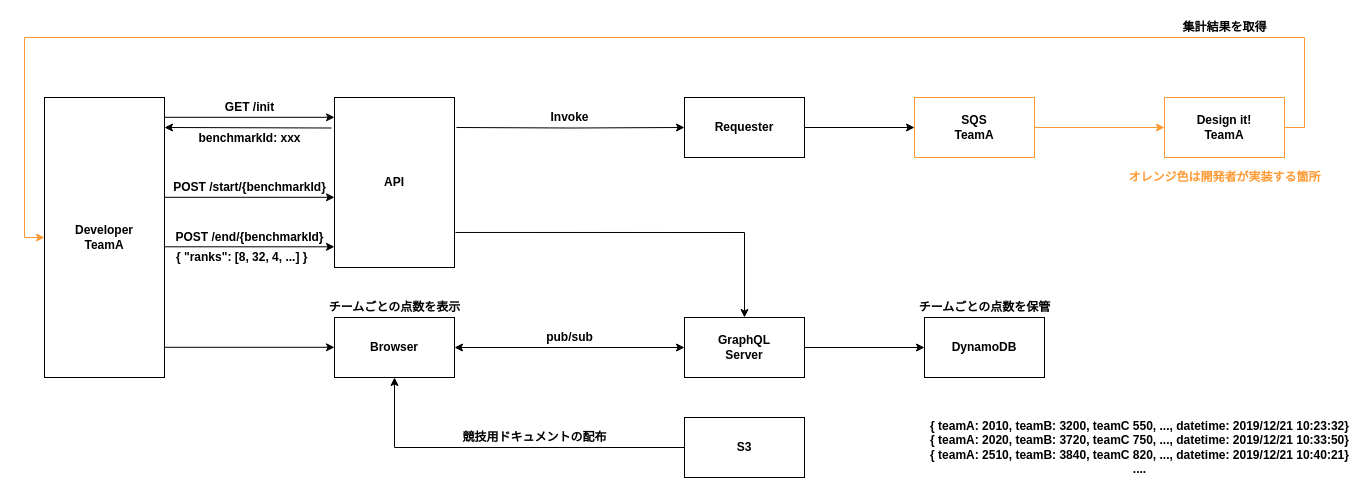
The draw.io diagram score-board.drawio in serverless-workshops/voting-workshop, before the edit. Source tidied: cells renumbered, new cells numbered last; positions are measured from the earlier drawing's top-left corner, leaving out a move shared by most shapes. Both pictures are drawn from the tidied source at 100%, with x=0, y=0 at pixel (24, 17).
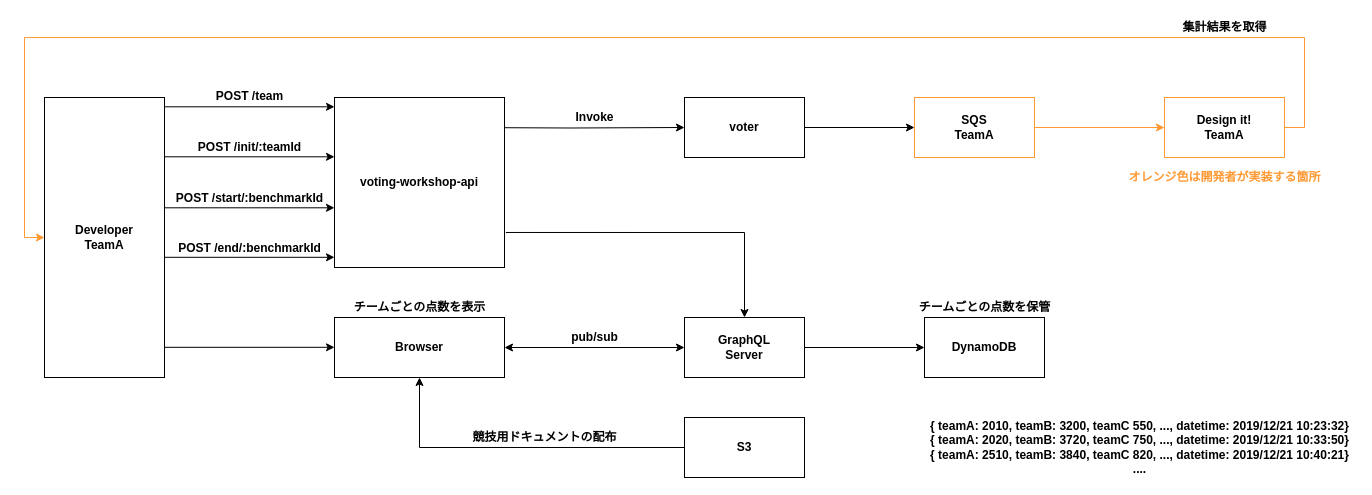
After the change.

The change refers to these unchanged cells:
```xml
<mxCell id="5" value="&lt;b&gt;GraphQL&lt;br&gt;Server&lt;br&gt;&lt;/b&gt;" style="rounded=0;whiteSpace=wrap;html=1;" parent="1" vertex="1">
  <mxGeometry x="660" y="300" width="120" height="60" as="geometry" />
</mxCell>
```

Diff of the diagram source:
```diff
@@
-    <mxCell id="3" value="&lt;b&gt;Requester&lt;/b&gt;" style="rounded=0;whiteSpace=wrap;html=1;" parent="1" vertex="1">
+    <mxCell id="3" value="&lt;b&gt;voter&lt;br&gt;&lt;/b&gt;" style="rounded=0;whiteSpace=wrap;html=1;" parent="1" vertex="1">
       <mxGeometry x="660" y="80" width="120" height="60" as="geometry" />
     </mxCell>
@@
-    <mxCell id="11" value="&lt;b&gt;API&lt;br&gt;&lt;/b&gt;" style="rounded=0;whiteSpace=wrap;html=1;" parent="1" vertex="1">
-      <mxGeometry x="310" y="80" width="120" height="170" as="geometry" />
+    <mxCell id="11" value="&lt;b&gt;voting-workshop-api&lt;br&gt;&lt;/b&gt;" style="rounded=0;whiteSpace=wrap;html=1;" parent="1" vertex="1">
+      <mxGeometry x="310" y="80" width="170" height="170" as="geometry" />
     </mxCell>
@@
-    <mxCell id="13" value="benchmarkId: xxx" style="text;html=1;align=center;verticalAlign=middle;fontStyle=1;" parent="1" vertex="1">
-      <mxGeometry x="165" y="110.5" width="120" height="20" as="geometry" />
-    </mxCell>
-    <mxCell id="14" value="GET /init" style="text;html=1;align=center;verticalAlign=middle;fontStyle=1;" parent="1" vertex="1">
-      <mxGeometry x="195" y="80" width="60" height="20" as="geometry" />
+    <mxCell id="14" value="POST /init/:teamId" style="text;html=1;align=center;verticalAlign=middle;fontStyle=1;" parent="1" vertex="1">
+      <mxGeometry x="165" y="119.5" width="120" height="20" as="geometry" />
     </mxCell>
     <mxCell id="15" style="edgeStyle=orthogonalEdgeStyle;rounded=0;orthogonalLoop=1;jettySize=auto;html=1;exitX=1;exitY=0.118;exitDx=0;exitDy=0;entryX=0;entryY=0.25;entryDx=0;entryDy=0;exitPerimeter=0;" parent="1" edge="1">
       <mxGeometry relative="1" as="geometry">
-        <mxPoint x="140" y="229.3" as="sourcePoint" />
-        <mxPoint x="310" y="229.3" as="targetPoint" />
+        <mxPoint x="140" y="239.8" as="sourcePoint" />
+        <mxPoint x="310" y="239.8" as="targetPoint" />
       </mxGeometry>
     </mxCell>
-    <mxCell id="16" value="POST /end/{benchmarkId}" style="text;html=1;align=center;verticalAlign=middle;fontStyle=1;" parent="1" vertex="1">
-      <mxGeometry x="145" y="210" width="160" height="20" as="geometry" />
+    <mxCell id="16" value="POST /end/:benchmarkId" style="text;html=1;align=center;verticalAlign=middle;fontStyle=1;" parent="1" vertex="1">
+      <mxGeometry x="145" y="220.5" width="160" height="20" as="geometry" />
     </mxCell>
-    <mxCell id="17" value="{ &quot;ranks&quot;: [8, 32, 4, ...] }" style="text;html=1;align=left;verticalAlign=middle;fontStyle=1;" parent="1" vertex="1">
-      <mxGeometry x="150" y="230" width="150" height="20" as="geometry" />
-    </mxCell>
@@
     <mxCell id="20" style="edgeStyle=orthogonalEdgeStyle;rounded=0;orthogonalLoop=1;jettySize=auto;html=1;exitX=1;exitY=0.118;exitDx=0;exitDy=0;entryX=0;entryY=0.25;entryDx=0;entryDy=0;exitPerimeter=0;" parent="1" edge="1">
       <mxGeometry relative="1" as="geometry">
-        <mxPoint x="140" y="99.8" as="sourcePoint" />
-        <mxPoint x="310" y="99.8" as="targetPoint" />
+        <mxPoint x="140" y="139.3" as="sourcePoint" />
+        <mxPoint x="310" y="139.3" as="targetPoint" />
       </mxGeometry>
     </mxCell>
@@
     <mxCell id="22" value="&lt;b&gt;Browser&lt;br&gt;&lt;/b&gt;" style="rounded=0;whiteSpace=wrap;html=1;" parent="1" vertex="1">
-      <mxGeometry x="310" y="300" width="120" height="60" as="geometry" />
+      <mxGeometry x="310" y="300" width="170" height="60" as="geometry" />
     </mxCell>
     <mxCell id="23" style="endArrow=classic;startArrow=classic;html=1;entryX=0;entryY=0.5;entryDx=0;entryDy=0;" parent="1" edge="1" target="5">
       <mxGeometry relative="1" as="geometry">
-        <mxPoint x="430" y="330" as="sourcePoint" />
+        <mxPoint x="480" y="330" as="sourcePoint" />
       </mxGeometry>
     </mxCell>
     <mxCell id="24" value="&lt;b&gt;pub/sub&lt;/b&gt;" style="text;html=1;align=center;verticalAlign=middle;" parent="1" vertex="1">
-      <mxGeometry x="515" y="310" width="60" height="20" as="geometry" />
+      <mxGeometry x="540" y="310" width="60" height="20" as="geometry" />
     </mxCell>
     <mxCell id="25" value="&lt;b&gt;チームごとの点数を表示&lt;/b&gt;" style="text;html=1;align=center;verticalAlign=middle;" parent="1" vertex="1">
-      <mxGeometry x="295" y="280" width="150" height="20" as="geometry" />
+      <mxGeometry x="320" y="280" width="150" height="20" as="geometry" />
     </mxCell>
     <mxCell id="26" value="Invoke" style="text;html=1;align=center;verticalAlign=middle;fontStyle=1;" parent="1" vertex="1">
-      <mxGeometry x="520" y="90" width="50" height="20" as="geometry" />
+      <mxGeometry x="545" y="90" width="50" height="20" as="geometry" />
     </mxCell>
-    <mxCell id="27" style="endArrow=classic;html=1;strokeColor=#000000;" parent="1" edge="1">
-      <mxGeometry relative="1" as="geometry">
-        <mxPoint x="307" y="110.5" as="sourcePoint" />
-        <mxPoint x="140" y="110" as="targetPoint" />
-      </mxGeometry>
-    </mxCell>
@@
     <mxCell id="32" value="&lt;b&gt;競技用ドキュメントの配布&lt;/b&gt;" style="text;html=1;align=center;verticalAlign=middle;" parent="1" vertex="1">
-      <mxGeometry x="430" y="410" width="160" height="20" as="geometry" />
+      <mxGeometry x="440" y="410" width="160" height="20" as="geometry" />
     </mxCell>
@@
-    <mxCell id="35" value="POST /start/{benchmarkId}" style="text;html=1;align=center;verticalAlign=middle;fontStyle=1;" parent="1" vertex="1">
-      <mxGeometry x="140" y="160" width="170" height="20" as="geometry" />
+    <mxCell id="35" value="POST /start/:benchmarkId" style="text;html=1;align=center;verticalAlign=middle;fontStyle=1;" parent="1" vertex="1">
+      <mxGeometry x="145" y="170.5" width="160" height="20" as="geometry" />
     </mxCell>
     <mxCell id="36" style="edgeStyle=orthogonalEdgeStyle;rounded=0;orthogonalLoop=1;jettySize=auto;html=1;exitX=1;exitY=0.118;exitDx=0;exitDy=0;entryX=0;entryY=0.25;entryDx=0;entryDy=0;exitPerimeter=0;" parent="1" edge="1">
       <mxGeometry relative="1" as="geometry">
-        <mxPoint x="140" y="179.8" as="sourcePoint" />
-        <mxPoint x="310" y="179.8" as="targetPoint" />
+        <mxPoint x="140" y="190.3" as="sourcePoint" />
+        <mxPoint x="310" y="190.3" as="targetPoint" />
       </mxGeometry>
     </mxCell>
+    <mxCell id="37" value="POST /team" style="text;html=1;align=center;verticalAlign=middle;fontStyle=1;" parent="1" vertex="1">
+      <mxGeometry x="185" y="68.5" width="80" height="20" as="geometry" />
+    </mxCell>
+    <mxCell id="38" style="edgeStyle=orthogonalEdgeStyle;rounded=0;orthogonalLoop=1;jettySize=auto;html=1;exitX=1;exitY=0.118;exitDx=0;exitDy=0;entryX=0;entryY=0.25;entryDx=0;entryDy=0;exitPerimeter=0;" parent="1" edge="1">
+      <mxGeometry relative="1" as="geometry">
+        <mxPoint x="140" y="89.3" as="sourcePoint" />
+        <mxPoint x="310" y="89.3" as="targetPoint" />
+      </mxGeometry>
+    </mxCell>
```
